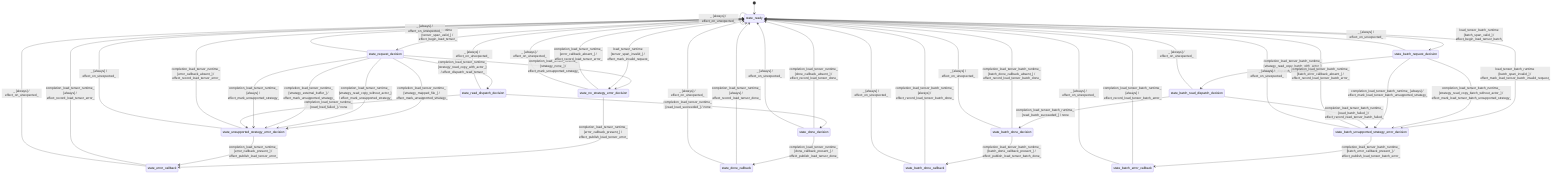
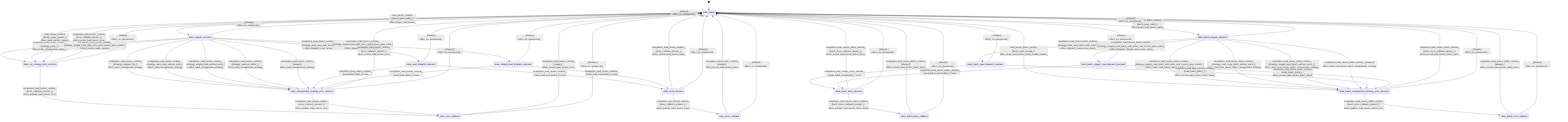
stateDiagram-v2
  direction TB
  [*] --> state_ready
  state_ready --> state_request_decision : load_tensor_runtime [tensor_span_valid_] / effect_begin_load_tensor_
  state_request_decision --> state_no_strategy_error_decision : completion_load_tensor_runtime_ [strategy_none_] / effect_mark_unsupported_strategy_
  state_request_decision --> state_unsupported_strategy_error_decision : completion_load_tensor_runtime_ [strategy_mapped_file_] / effect_mark_unsupported_strategy_
  state_request_decision --> state_read_dispatch_decision : completion_load_tensor_runtime_ [strategy_read_copy_with_actor_] / effect_dispatch_read_tensor_
+   state_request_decision --> state_staged_read_dispatch_decision : completion_load_tensor_runtime_ [strategy_staged_read_with_actor_and_source_span_valid_] / effect_dispatch_staged_read_tensor_
+   state_request_decision --> state_no_strategy_error_decision : completion_load_tensor_runtime_ [strategy_staged_read_with_actor_and_source_span_invalid_] / effect_mark_invalid_request_
  state_request_decision --> state_unsupported_strategy_error_decision : completion_load_tensor_runtime_ [strategy_read_copy_without_actor_] / effect_mark_unsupported_strategy_
+   state_request_decision --> state_unsupported_strategy_error_decision : completion_load_tensor_runtime_ [strategy_staged_read_without_actor_] / effect_mark_unsupported_strategy_
  state_request_decision --> state_unsupported_strategy_error_decision : completion_load_tensor_runtime_ [strategy_external_buffer_] / effect_mark_unsupported_strategy_
  state_request_decision --> state_unsupported_strategy_error_decision : completion_load_tensor_runtime_ [always] / effect_mark_unsupported_strategy_
  state_ready --> state_no_strategy_error_decision : load_tensor_runtime [tensor_span_invalid_] / effect_mark_invalid_request_
  state_read_dispatch_decision --> state_done_decision : completion_load_tensor_runtime_ [read_load_succeeded_] / none
  state_read_dispatch_decision --> state_unsupported_strategy_error_decision : completion_load_tensor_runtime_ [read_load_failed_] / none
+   state_staged_read_dispatch_decision --> state_done_decision : completion_load_tensor_runtime_ [read_load_succeeded_] / none
+   state_staged_read_dispatch_decision --> state_unsupported_strategy_error_decision : completion_load_tensor_runtime_ [read_load_failed_] / none
  state_done_decision --> state_done_callback : completion_load_tensor_runtime_ [done_callback_present_] / effect_publish_load_tensor_done_
  state_done_decision --> state_ready : completion_load_tensor_runtime_ [done_callback_absent_] / effect_record_load_tensor_done_
  state_done_callback --> state_ready : completion_load_tensor_runtime_ [always] / effect_record_load_tensor_done_
  state_no_strategy_error_decision --> state_error_callback : completion_load_tensor_runtime_ [error_callback_present_] / effect_publish_load_tensor_error_
  state_no_strategy_error_decision --> state_ready : completion_load_tensor_runtime_ [error_callback_absent_] / effect_record_load_tensor_error_
  state_unsupported_strategy_error_decision --> state_error_callback : completion_load_tensor_runtime_ [error_callback_present_] / effect_publish_load_tensor_error_
  state_unsupported_strategy_error_decision --> state_ready : completion_load_tensor_runtime_ [error_callback_absent_] / effect_record_load_tensor_error_
  state_error_callback --> state_ready : completion_load_tensor_runtime_ [always] / effect_record_load_tensor_error_
  state_ready --> state_batch_request_decision : load_tensor_batch_runtime [batch_span_valid_] / effect_begin_load_tensor_batch_
  state_ready --> state_batch_unsupported_strategy_error_decision : load_tensor_batch_runtime [batch_span_invalid_] / effect_mark_load_tensor_batch_invalid_request_
  state_batch_request_decision --> state_batch_read_dispatch_decision : completion_load_tensor_batch_runtime_ [strategy_read_copy_batch_with_actor_] / effect_dispatch_read_tensor_batch_
+   state_batch_request_decision --> state_batch_staged_read_dispatch_decision : completion_load_tensor_batch_runtime_ [strategy_staged_read_batch_with_actor_and_source_span_valid_] / effect_dispatch_staged_read_tensor_batch_
+   state_batch_request_decision --> state_batch_unsupported_strategy_error_decision : completion_load_tensor_batch_runtime_ [strategy_staged_read_batch_with_actor_and_source_span_invalid_] / effect_mark_load_tensor_batch_invalid_request_
  state_batch_request_decision --> state_batch_unsupported_strategy_error_decision : completion_load_tensor_batch_runtime_ [strategy_read_copy_batch_without_actor_] / effect_mark_load_tensor_batch_unsupported_strategy_
+   state_batch_request_decision --> state_batch_unsupported_strategy_error_decision : completion_load_tensor_batch_runtime_ [strategy_staged_read_batch_without_actor_] / effect_mark_load_tensor_batch_unsupported_strategy_
  state_batch_request_decision --> state_batch_unsupported_strategy_error_decision : completion_load_tensor_batch_runtime_ [always] / effect_mark_load_tensor_batch_unsupported_strategy_
  state_batch_read_dispatch_decision --> state_batch_done_decision : completion_load_tensor_batch_runtime_ [read_batch_succeeded_] / none
  state_batch_read_dispatch_decision --> state_batch_unsupported_strategy_error_decision : completion_load_tensor_batch_runtime_ [read_batch_failed_] / effect_record_read_tensor_batch_failed_
+   state_batch_staged_read_dispatch_decision --> state_batch_done_decision : completion_load_tensor_batch_runtime_ [read_batch_succeeded_] / none
+   state_batch_staged_read_dispatch_decision --> state_batch_unsupported_strategy_error_decision : completion_load_tensor_batch_runtime_ [read_batch_failed_] / effect_record_read_tensor_batch_failed_
  state_batch_done_decision --> state_batch_done_callback : completion_load_tensor_batch_runtime_ [batch_done_callback_present_] / effect_publish_load_tensor_batch_done_
  state_batch_done_decision --> state_ready : completion_load_tensor_batch_runtime_ [batch_done_callback_absent_] / effect_record_load_tensor_batch_done_
  state_batch_done_callback --> state_ready : completion_load_tensor_batch_runtime_ [always] / effect_record_load_tensor_batch_done_
  state_batch_unsupported_strategy_error_decision --> state_batch_error_callback : completion_load_tensor_batch_runtime_ [batch_error_callback_present_] / effect_publish_load_tensor_batch_error_
  state_batch_unsupported_strategy_error_decision --> state_ready : completion_load_tensor_batch_runtime_ [batch_error_callback_absent_] / effect_record_load_tensor_batch_error_
  state_batch_error_callback --> state_ready : completion_load_tensor_batch_runtime_ [always] / effect_record_load_tensor_batch_error_
  state_ready --> state_ready : _ [always] / effect_on_unexpected_
  state_request_decision --> state_ready : _ [always] / effect_on_unexpected_
  state_no_strategy_error_decision --> state_ready : _ [always] / effect_on_unexpected_
  state_unsupported_strategy_error_decision --> state_ready : _ [always] / effect_on_unexpected_
  state_error_callback --> state_ready : _ [always] / effect_on_unexpected_
  state_read_dispatch_decision --> state_ready : _ [always] / effect_on_unexpected_
+   state_staged_read_dispatch_decision --> state_ready : _ [always] / effect_on_unexpected_
  state_done_decision --> state_ready : _ [always] / effect_on_unexpected_
  state_done_callback --> state_ready : _ [always] / effect_on_unexpected_
  state_batch_request_decision --> state_ready : _ [always] / effect_on_unexpected_
  state_batch_unsupported_strategy_error_decision --> state_ready : _ [always] / effect_on_unexpected_
  state_batch_error_callback --> state_ready : _ [always] / effect_on_unexpected_
  state_batch_read_dispatch_decision --> state_ready : _ [always] / effect_on_unexpected_
+   state_batch_staged_read_dispatch_decision --> state_ready : _ [always] / effect_on_unexpected_
  state_batch_done_decision --> state_ready : _ [always] / effect_on_unexpected_
  state_batch_done_callback --> state_ready : _ [always] / effect_on_unexpected_
